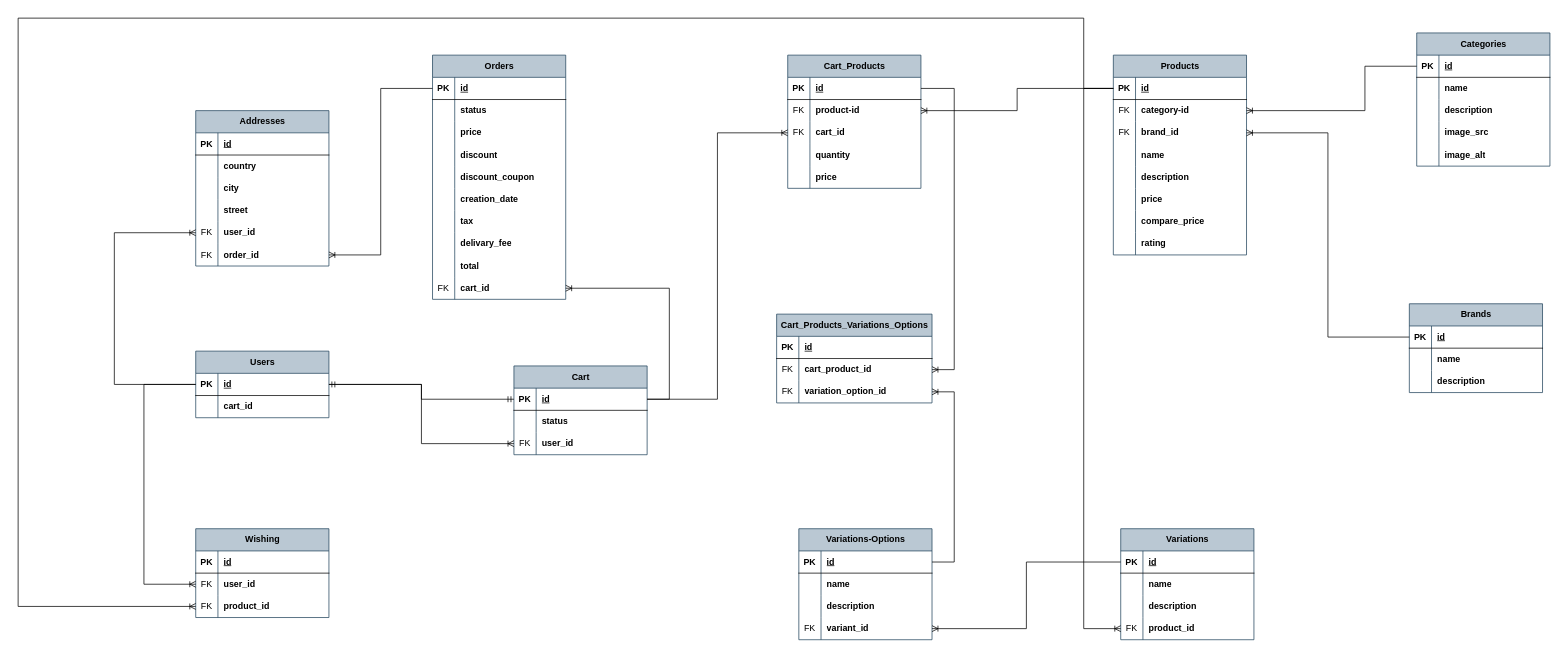
The draw.io diagram ecommerce-tap.drawio in ShahdKhader/shahd-kkhader-e-commerce-tap, before the edit. Source tidied: cells renumbered, new cells numbered last; positions are measured from the earlier drawing's top-left corner, leaving out a move shared by most shapes. Both pictures are drawn from the tidied source at 74%, with x=0, y=0 at pixel (18, 18).
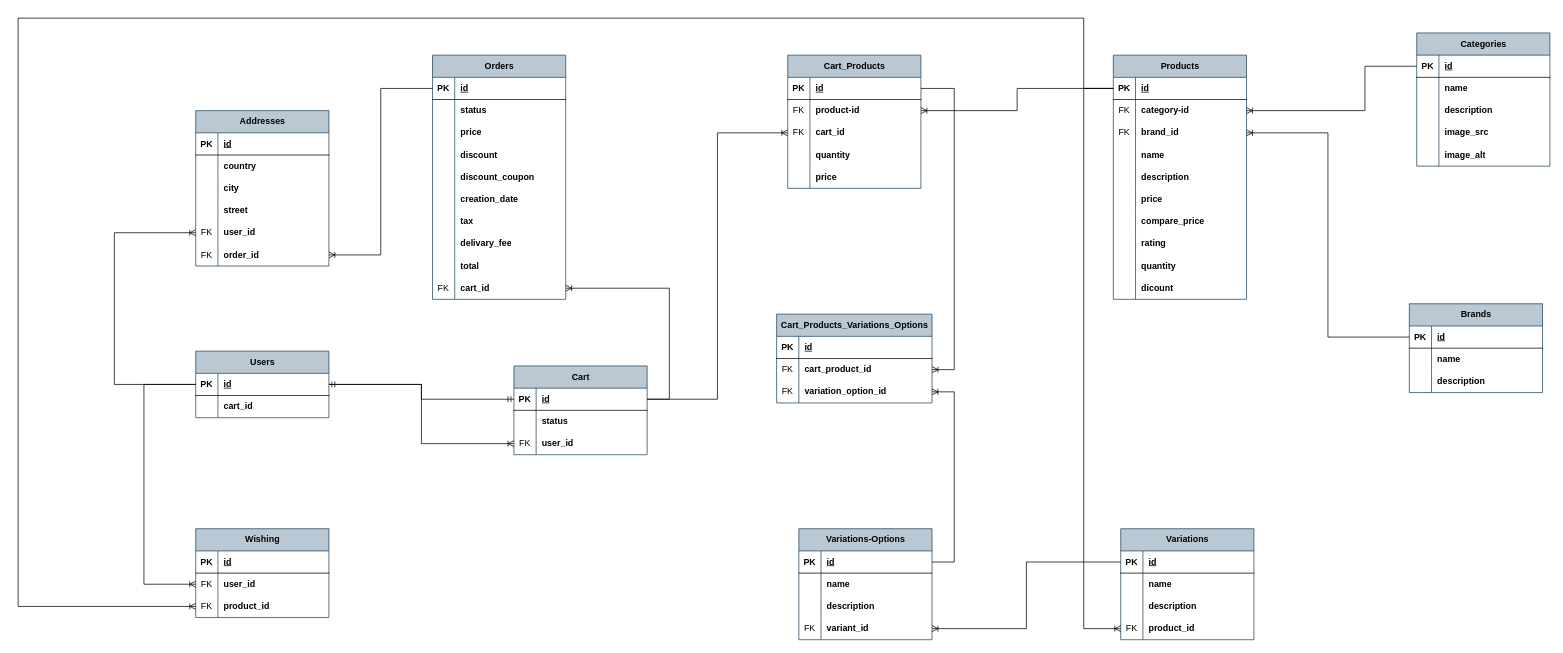
After the change.

Diff of the diagram source:
```diff
@@
     <mxCell id="2" value="Products" style="shape=table;startSize=30;childLayout=tableLayout;rowLines=0;fontStyle=1;align=center;html=1;fillColor=#bac8d3;strokeColor=#23445d;" parent="1" vertex="1">
-      <mxGeometry x="1480" y="50" width="180" height="270" as="geometry" />
+      <mxGeometry x="1480" y="50" width="180" height="330" as="geometry" />
     </mxCell>
@@
+    <mxCell id="197" style="shape=tableRow;horizontal=0;startSize=0;swimlaneHead=0;swimlaneBody=0;fillColor=none;top=0;left=0;right=0;bottom=0;" parent="2" vertex="1">
+      <mxGeometry y="270" width="180" height="30" as="geometry" />
+    </mxCell>
+    <mxCell id="198" style="shape=partialRectangle;fillColor=none;top=0;left=0;bottom=0;right=0;overflow=hidden;whiteSpace=wrap;html=1;" parent="197" vertex="1">
+      <mxGeometry width="30" height="30" as="geometry" />
+    </mxCell>
+    <mxCell id="199" value="quantity" style="shape=partialRectangle;fillColor=none;top=0;left=0;bottom=0;right=0;align=left;spacingLeft=6;overflow=hidden;whiteSpace=wrap;html=1;fontStyle=1;" parent="197" vertex="1">
+      <mxGeometry x="30" width="150" height="30" as="geometry" />
+    </mxCell>
+    <mxCell id="200" style="shape=tableRow;horizontal=0;startSize=0;swimlaneHead=0;swimlaneBody=0;fillColor=none;top=0;left=0;right=0;bottom=0;" parent="2" vertex="1">
+      <mxGeometry y="300" width="180" height="30" as="geometry" />
+    </mxCell>
+    <mxCell id="201" style="shape=partialRectangle;fillColor=none;top=0;left=0;bottom=0;right=0;overflow=hidden;whiteSpace=wrap;html=1;" parent="200" vertex="1">
+      <mxGeometry width="30" height="30" as="geometry" />
+    </mxCell>
+    <mxCell id="202" value="dicount" style="shape=partialRectangle;fillColor=none;top=0;left=0;bottom=0;right=0;align=left;spacingLeft=6;overflow=hidden;whiteSpace=wrap;html=1;fontStyle=1;" parent="200" vertex="1">
+      <mxGeometry x="30" width="150" height="30" as="geometry" />
+    </mxCell>
```
